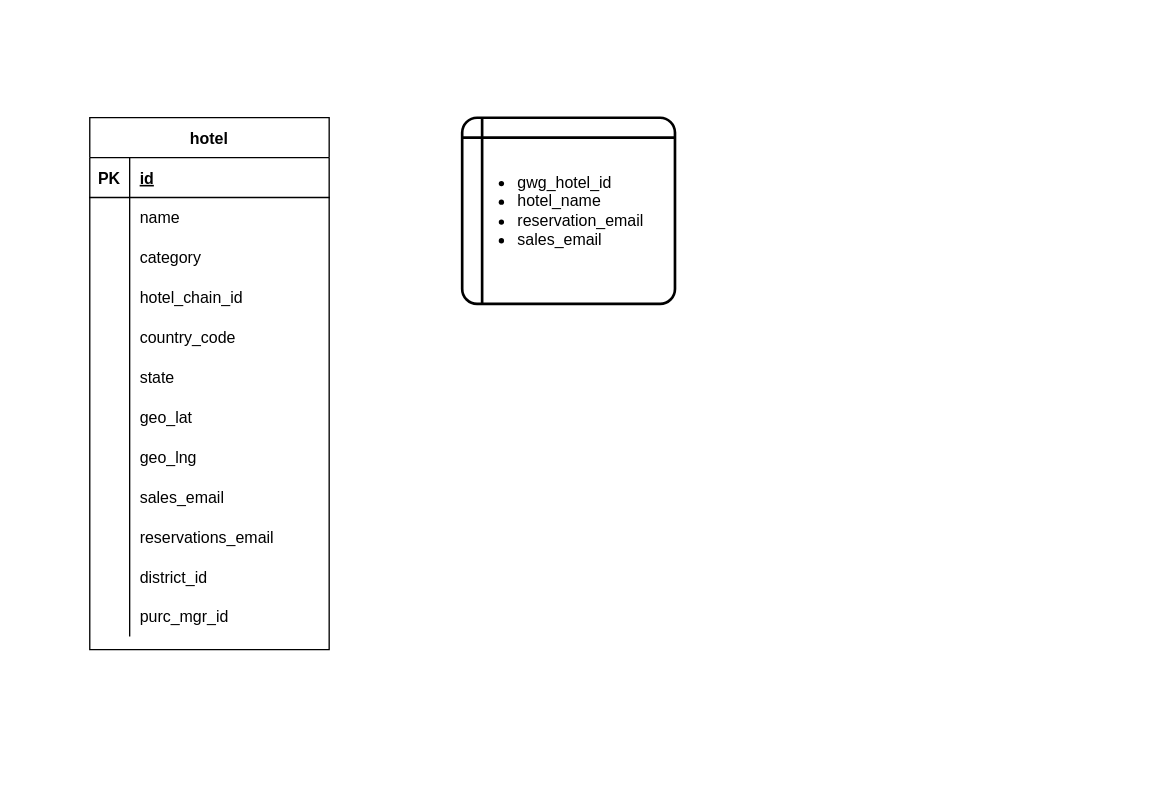
justivan/drawio-diagrams keeps this draw.io diagram as hotels_master_list.drawio. Above is the earlier version. Source tidied: cells renumbered, new cells numbered last; positions are measured from the earlier drawing's top-left corner, leaving out a move shared by most shapes. Both pictures are drawn from the tidied source at 133%, with x=0, y=0 at pixel (89, 117).
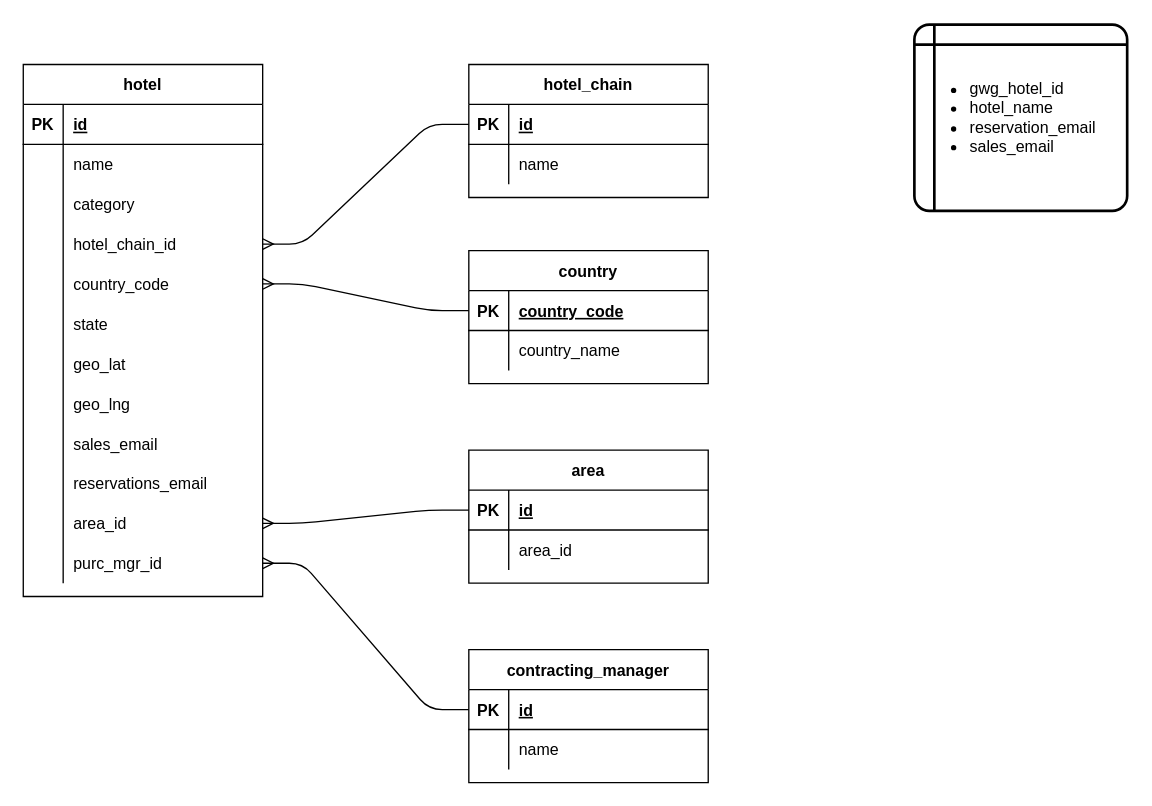
Above is the later version.

The change refers to these unchanged cells:
```xml
<mxCell id="12" style="shape=tableRow;horizontal=0;startSize=0;swimlaneHead=0;swimlaneBody=0;fillColor=none;points=[[0,0.5],[1,0.5]];portConstraint=eastwest;top=0;left=0;right=0;bottom=0;" parent="2" vertex="1">
  <mxGeometry y="120" width="180" height="30" as="geometry" />
</mxCell>
<mxCell id="15" style="shape=tableRow;horizontal=0;startSize=0;swimlaneHead=0;swimlaneBody=0;fillColor=none;points=[[0,0.5],[1,0.5]];portConstraint=eastwest;top=0;left=0;right=0;bottom=0;" parent="2" vertex="1">
  <mxGeometry y="150" width="180" height="30" as="geometry" />
</mxCell>
<mxCell id="33" style="shape=tableRow;horizontal=0;startSize=0;swimlaneHead=0;swimlaneBody=0;fillColor=none;points=[[0,0.5],[1,0.5]];portConstraint=eastwest;top=0;left=0;right=0;bottom=0;" parent="2" vertex="1">
  <mxGeometry y="330" width="180" height="30" as="geometry" />
</mxCell>
<mxCell id="36" style="shape=tableRow;horizontal=0;startSize=0;swimlaneHead=0;swimlaneBody=0;fillColor=none;points=[[0,0.5],[1,0.5]];portConstraint=eastwest;top=0;left=0;right=0;bottom=0;" parent="2" vertex="1">
  <mxGeometry y="360" width="180" height="30" as="geometry" />
</mxCell>
```

What changed in the source:
```diff
@@
     <mxCell id="2" value="hotel" style="shape=table;startSize=30;childLayout=tableLayout;rowLines=0;fontStyle=1;align=center;" parent="1" vertex="1">
-      <mxGeometry width="180" height="400" as="geometry" />
+      <mxGeometry x="-50" y="-40" width="180" height="400" as="geometry" />
     </mxCell>
@@
-    <mxCell id="35" value="district_id" style="shape=partialRectangle;fillColor=none;top=0;left=0;bottom=0;right=0;align=left;spacingLeft=6;overflow=hidden;" parent="33" vertex="1">
+    <mxCell id="35" value="area_id" style="shape=partialRectangle;fillColor=none;top=0;left=0;bottom=0;right=0;align=left;spacingLeft=6;overflow=hidden;" parent="33" vertex="1">
       <mxGeometry x="30" width="150" height="30" as="geometry" />
     </mxCell>
@@
     <mxCell id="39" value="&lt;ul&gt;&lt;li&gt;gwg_hotel_id&lt;/li&gt;&lt;li&gt;hotel_name&lt;/li&gt;&lt;li&gt;reservation_email&lt;/li&gt;&lt;li&gt;sales_email&lt;/li&gt;&lt;/ul&gt;" style="shape=internalStorage;whiteSpace=wrap;html=1;dx=15;dy=15;rounded=1;arcSize=8;strokeWidth=2;align=left;" parent="1" vertex="1">
-      <mxGeometry x="280" width="160" height="140" as="geometry" />
+      <mxGeometry x="620" y="-70" width="160" height="140" as="geometry" />
     </mxCell>
+    <mxCell id="40" value="country" style="shape=table;startSize=30;childLayout=tableLayout;rowLines=0;fontStyle=1;align=center;" parent="1" vertex="1">
+      <mxGeometry x="285" y="100" width="180" height="100" as="geometry" />
+    </mxCell>
+    <mxCell id="41" style="shape=tableRow;horizontal=0;startSize=0;swimlaneHead=0;swimlaneBody=0;fillColor=none;points=[[0,0.5],[1,0.5]];portConstraint=eastwest;top=0;left=0;right=0;bottom=1;" parent="40" vertex="1">
+      <mxGeometry y="30" width="180" height="30" as="geometry" />
+    </mxCell>
+    <mxCell id="42" value="PK" style="shape=partialRectangle;fillColor=none;top=0;left=0;bottom=0;right=0;fontStyle=1;overflow=hidden;" parent="41" vertex="1">
+      <mxGeometry width="30" height="30" as="geometry" />
+    </mxCell>
+    <mxCell id="43" value="country_code" style="shape=partialRectangle;fillColor=none;top=0;left=0;bottom=0;right=0;align=left;spacingLeft=6;fontStyle=5;overflow=hidden;" parent="41" vertex="1">
+      <mxGeometry x="30" width="150" height="30" as="geometry" />
+    </mxCell>
+    <mxCell id="44" style="shape=tableRow;horizontal=0;startSize=0;swimlaneHead=0;swimlaneBody=0;fillColor=none;top=0;left=0;right=0;bottom=0;" parent="40" vertex="1">
+      <mxGeometry y="60" width="180" height="30" as="geometry" />
+    </mxCell>
+    <mxCell id="45" style="shape=partialRectangle;fillColor=none;top=0;left=0;bottom=0;right=0;overflow=hidden;" parent="44" vertex="1">
+      <mxGeometry width="30" height="30" as="geometry" />
+    </mxCell>
+    <mxCell id="46" value="country_name" style="shape=partialRectangle;fillColor=none;top=0;left=0;bottom=0;right=0;align=left;spacingLeft=6;overflow=hidden;" parent="44" vertex="1">
+      <mxGeometry x="30" width="150" height="30" as="geometry" />
+    </mxCell>
+    <mxCell id="47" style="edgeStyle=entityRelationEdgeStyle;html=1;entryX=1;entryY=0.5;entryDx=0;entryDy=0;exitX=0;exitY=0.5;exitDx=0;exitDy=0;endArrow=ERmany;endFill=0;" parent="1" edge="1" source="41" target="15">
+      <mxGeometry relative="1" as="geometry" />
+    </mxCell>
+    <mxCell id="48" value="contracting_manager" style="shape=table;startSize=30;childLayout=tableLayout;rowLines=0;fontStyle=1;align=center;" parent="1" vertex="1">
+      <mxGeometry x="285" y="400" width="180" height="100" as="geometry" />
+    </mxCell>
+    <mxCell id="49" style="shape=tableRow;horizontal=0;startSize=0;swimlaneHead=0;swimlaneBody=0;fillColor=none;points=[[0,0.5],[1,0.5]];portConstraint=eastwest;top=0;left=0;right=0;bottom=1;" parent="48" vertex="1">
+      <mxGeometry y="30" width="180" height="30" as="geometry" />
+    </mxCell>
+    <mxCell id="50" value="PK" style="shape=partialRectangle;fillColor=none;top=0;left=0;bottom=0;right=0;fontStyle=1;overflow=hidden;" parent="49" vertex="1">
+      <mxGeometry width="30" height="30" as="geometry" />
+    </mxCell>
+    <mxCell id="51" value="id" style="shape=partialRectangle;fillColor=none;top=0;left=0;bottom=0;right=0;align=left;spacingLeft=6;fontStyle=5;overflow=hidden;" parent="49" vertex="1">
+      <mxGeometry x="30" width="150" height="30" as="geometry" />
+    </mxCell>
+    <mxCell id="52" style="shape=tableRow;horizontal=0;startSize=0;swimlaneHead=0;swimlaneBody=0;fillColor=none;top=0;left=0;right=0;bottom=0;" parent="48" vertex="1">
+      <mxGeometry y="60" width="180" height="30" as="geometry" />
+    </mxCell>
+    <mxCell id="53" style="shape=partialRectangle;fillColor=none;top=0;left=0;bottom=0;right=0;overflow=hidden;" parent="52" vertex="1">
+      <mxGeometry width="30" height="30" as="geometry" />
+    </mxCell>
+    <mxCell id="54" value="name" style="shape=partialRectangle;fillColor=none;top=0;left=0;bottom=0;right=0;align=left;spacingLeft=6;overflow=hidden;" parent="52" vertex="1">
+      <mxGeometry x="30" width="150" height="30" as="geometry" />
+    </mxCell>
+    <mxCell id="55" style="edgeStyle=entityRelationEdgeStyle;html=1;exitX=0;exitY=0.5;exitDx=0;exitDy=0;entryX=1;entryY=0.5;entryDx=0;entryDy=0;endArrow=ERmany;endFill=0;" parent="1" edge="1" source="49" target="36">
+      <mxGeometry relative="1" as="geometry" />
+    </mxCell>
+    <mxCell id="56" value="hotel_chain" style="shape=table;startSize=30;childLayout=tableLayout;rowLines=0;fontStyle=1;align=center;" parent="1" vertex="1">
+      <mxGeometry x="285" y="-40" width="180" height="100" as="geometry" />
+    </mxCell>
+    <mxCell id="57" style="shape=tableRow;horizontal=0;startSize=0;swimlaneHead=0;swimlaneBody=0;fillColor=none;points=[[0,0.5],[1,0.5]];portConstraint=eastwest;top=0;left=0;right=0;bottom=1;" parent="56" vertex="1">
+      <mxGeometry y="30" width="180" height="30" as="geometry" />
+    </mxCell>
+    <mxCell id="58" value="PK" style="shape=partialRectangle;fillColor=none;top=0;left=0;bottom=0;right=0;fontStyle=1;overflow=hidden;" parent="57" vertex="1">
+      <mxGeometry width="30" height="30" as="geometry" />
+    </mxCell>
+    <mxCell id="59" value="id" style="shape=partialRectangle;fillColor=none;top=0;left=0;bottom=0;right=0;align=left;spacingLeft=6;fontStyle=5;overflow=hidden;" parent="57" vertex="1">
+      <mxGeometry x="30" width="150" height="30" as="geometry" />
+    </mxCell>
+    <mxCell id="60" style="shape=tableRow;horizontal=0;startSize=0;swimlaneHead=0;swimlaneBody=0;fillColor=none;top=0;left=0;right=0;bottom=0;" parent="56" vertex="1">
+      <mxGeometry y="60" width="180" height="30" as="geometry" />
+    </mxCell>
+    <mxCell id="61" style="shape=partialRectangle;fillColor=none;top=0;left=0;bottom=0;right=0;overflow=hidden;" parent="60" vertex="1">
+      <mxGeometry width="30" height="30" as="geometry" />
+    </mxCell>
+    <mxCell id="62" value="name" style="shape=partialRectangle;fillColor=none;top=0;left=0;bottom=0;right=0;align=left;spacingLeft=6;overflow=hidden;" parent="60" vertex="1">
+      <mxGeometry x="30" width="150" height="30" as="geometry" />
+    </mxCell>
+    <mxCell id="63" style="edgeStyle=entityRelationEdgeStyle;html=1;entryX=1;entryY=0.5;entryDx=0;entryDy=0;endArrow=ERmany;endFill=0;" parent="1" edge="1" source="57" target="12">
+      <mxGeometry relative="1" as="geometry" />
+    </mxCell>
+    <mxCell id="64" value="area" style="shape=table;startSize=30;childLayout=tableLayout;rowLines=0;fontStyle=1;align=center;" parent="1" vertex="1">
+      <mxGeometry x="285" y="250" width="180" height="100" as="geometry" />
+    </mxCell>
+    <mxCell id="65" style="shape=tableRow;horizontal=0;startSize=0;swimlaneHead=0;swimlaneBody=0;fillColor=none;points=[[0,0.5],[1,0.5]];portConstraint=eastwest;top=0;left=0;right=0;bottom=1;" parent="64" vertex="1">
+      <mxGeometry y="30" width="180" height="30" as="geometry" />
+    </mxCell>
+    <mxCell id="66" value="PK" style="shape=partialRectangle;fillColor=none;top=0;left=0;bottom=0;right=0;fontStyle=1;overflow=hidden;" parent="65" vertex="1">
+      <mxGeometry width="30" height="30" as="geometry" />
+    </mxCell>
+    <mxCell id="67" value="id" style="shape=partialRectangle;fillColor=none;top=0;left=0;bottom=0;right=0;align=left;spacingLeft=6;fontStyle=5;overflow=hidden;" parent="65" vertex="1">
+      <mxGeometry x="30" width="150" height="30" as="geometry" />
+    </mxCell>
+    <mxCell id="68" style="shape=tableRow;horizontal=0;startSize=0;swimlaneHead=0;swimlaneBody=0;fillColor=none;top=0;left=0;right=0;bottom=0;" parent="64" vertex="1">
+      <mxGeometry y="60" width="180" height="30" as="geometry" />
+    </mxCell>
+    <mxCell id="69" style="shape=partialRectangle;fillColor=none;top=0;left=0;bottom=0;right=0;overflow=hidden;" parent="68" vertex="1">
+      <mxGeometry width="30" height="30" as="geometry" />
+    </mxCell>
+    <mxCell id="70" value="area_id" style="shape=partialRectangle;fillColor=none;top=0;left=0;bottom=0;right=0;align=left;spacingLeft=6;overflow=hidden;" parent="68" vertex="1">
+      <mxGeometry x="30" width="150" height="30" as="geometry" />
+    </mxCell>
+    <mxCell id="71" style="edgeStyle=entityRelationEdgeStyle;html=1;endArrow=ERmany;endFill=0;" parent="1" edge="1" source="65" target="33">
+      <mxGeometry relative="1" as="geometry" />
+    </mxCell>
```
